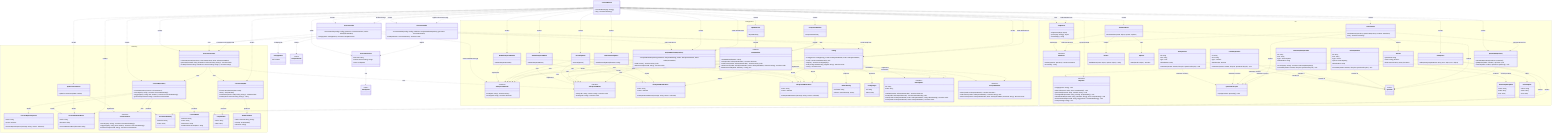
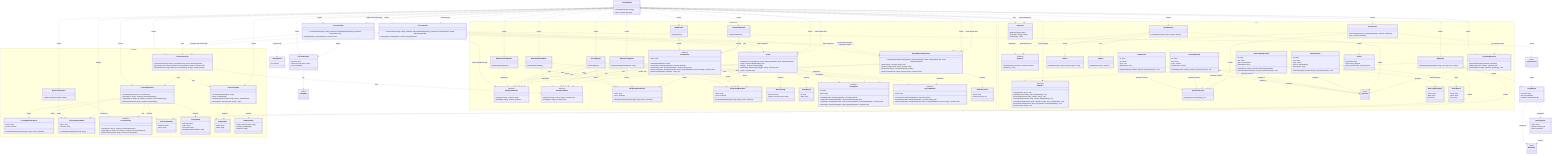
classDiagram
  direction TB

  class LicenseWizard {
    +LicenseWizard(args: string[])
    +run() Promise~Answer[]~
  }

  class LicenseInstaller {
    +LicenseInstaller(config: Config, manifests: ProjectManifestRepository, generator: LicenseGenerator)
    +install(selection: LicenseSelection) Promise~void~
  }

  class LicenseVerifier {
-     +LicenseVerifier(config: Config, generator: LicenseGenerator, reader: IFileSystemReader)
+     +LicenseVerifier(config: Config, manifests: ProjectManifestRepository, generator: LicenseGenerator, reader: IFileSystemReader)
    +verify(options: VerifyOptions) Promise~VerifyOutcome~
  }

  class LicenseSelection {
    +licenseId: string
    +tokens: Record~string, string~
    +save: ConfigSave
  }

  class ConfigSave {
    <<union>>
  }

  class VerifyOptions {
    +fix: boolean
  }

  class VerifyOutcome {
+     <<union>>
+   }
+ 
+   class VerifyReport {
+     +licenseId: string
+     +license: DriftStatus
+     +manifests: ManifestCheck[]
+   }
+ 
+   class ManifestCheck {
+     +name: string
+     +declared: string | null
+     +status: DriftStatus
+   }
+ 
+   class DriftStatus {
    <<union>>
  }

  namespace CLI {
    class FlagParser {
      +FlagParser(flags: object)
      +parse(args: string[]) object
      +formatHelp() string
    }

    class Orchestrator {
      +Orchestrator(repository: QuestionRepository, renderer: IRenderer)
      +run() Promise~Answer[]~
    }

    class IRenderer {
      <<interface>>
      +render(question: Question) Promise~Answer~
      +onCancel() string
    }

    class ClackRenderer {
      +ClackRenderer(meta: object, spinner: Spinner)
    }

    class IReporter {
      <<interface>>
      +usage(options: string) void
      +tokens(licenseId: string, slots: TemplateSlot[]) void
      +generated(licenseId: string, savedTo: string) void
      +missingFields(licenseId: string, missing: TemplateSlot[]) void
      +unknownFields(licenseId: string, unknown: string[], slots: TemplateSlot[]) void
      +licenseNotFound(licenseId: string, suggestions: LicenseIndexEntry[]) void
      +error(message: string) void
    }

    class CliReporter {
      +CliReporter(programName: string, out?: object, err?: object)
    }

    class Banner {
      +buildBanner(meta: object, options: object) string
    }

    class Spinner {
      +start(handle: object) Function
    }

    class QuestionRepository {
      +QuestionRepository(questions: Question[])
      +getByIndex(index: number) Question | null
      +insertAt(index: number, questions: Question[]) void
    }

    class QuestionLifecycle {
      +inject(questions: Question[]) void
    }

    class Question {
      <<union>>
    }

    class TextQuestion {
      +id: string
      +text: string
      +type: "text"
      +defaultValue: string
      +onAnswer(answer: Answer, lifecycle: QuestionLifecycle) void
    }

    class ConfirmQuestion {
      +id: string
      +text: string
      +type: "confirm"
      +defaultValue: boolean
      +onAnswer(answer: Answer, lifecycle: QuestionLifecycle) void
    }

    class AutocompleteQuestion {
      +id: string
      +text: string
      +type: "autocomplete"
      +defaultValue: string
      +search(query: string) Promise~AutocompleteOption[]~
      +onAnswer(answer: Answer, lifecycle: QuestionLifecycle) void
    }

    class AutocompleteOption {
      +value: string
      +label: string
      +hint: string
    }

    class SelectQuestion {
      +id: string
      +text: string
      +type: "select"
      +options: SelectOption[]
      +defaultValue: string
      +onAnswer(answer: Answer, lifecycle: QuestionLifecycle) void
    }

    class SelectOption {
      +value: string
      +label: string
      +hint: string
    }

    class Answer {
      +questionId: string
      +value: string | boolean
      +fields: Record~string, string | boolean~
    }
  }

  namespace Licensing {
    class LicenseRepository {
      +LicenseRepository(source: ILicenseSource)
      +search(query: string) Promise~LicenseIndexEntry[]~
      +suggest(query: string, limit: number) Promise~LicenseIndexEntry[]~
      +getLicense(licenseId: string) Promise~LicenseDetail~
    }

    class LicenseRepositoryError {
      +name: string
      +cause: unknown
      +LicenseRepositoryError(message: string, cause?: unknown)
    }

    class LicenseNotFoundError {
      +name: string
      +licenseId: string
      +LicenseNotFoundError(licenseId: string)
    }

    class ILicenseSource {
      <<interface>>
      +search(query: string) Promise~LicenseIndexEntry[]~
      +suggest(query: string, limit: number) Promise~LicenseIndexEntry[]~
      +fetchLicense(licenseId: string) Promise~LicenseDetail~
    }

    class SpdxLicenseSource {
      +SpdxLicenseSource(ttlMs: number)
    }

    class LicenseIndexEntry {
      +licenseId: string
      +name: string
    }

    class LicenseDetail {
      +licenseId: string
      +name: string
      +licenseText: string
      +standardLicenseTemplate?: string
    }

    class LicenseTemplate {
      +LicenseTemplate(template: string)
      +slots() TemplateSlot[]
      +resolveSlots(entries: Map~string, string~) SlotResolution
      +render(values: Record~string, string~) string
    }

    class TemplateSlot {
      +token: string
      +label: string
    }

    class SlotResolution {
      +values: Record~string, string~
      +missing: TemplateSlot[]
      +unknown: string[]
    }

    class LicenseGenerator {
      +LicenseGenerator(repository: LicenseRepository, writer: IFileSystemWriter)
      +generate(licenseId: string, slotValues?: Record~string, string~) Promise~void~
      +render(licenseId: string, slotValues?: Record~string, string~) Promise~string~
    }
  }

  namespace Configuration {
    class IFileSystemReader {
      <<interface>>
      +read(path: string) Promise~string~
      +exists(path: string) Promise~boolean~
    }

    class IFileSystemWriter {
      <<interface>>
      +write(path: string, content: string) Promise~void~
      +delete(path: string) Promise~void~
    }

    class NodeFileSystemReader {
      +NodeFileSystemReader()
    }

    class NodeFileSystemWriter {
      +NodeFileSystemWriter()
    }

    class FileSystemReaderError {
      +name: string
      +cause: unknown
      +FileSystemReaderError(message: string, cause?: unknown)
    }

    class FileSystemWriterError {
      +name: string
      +cause: unknown
      +FileSystemWriterError(message: string, cause?: unknown)
    }

    class WizardConfig {
      +licenseId: string
      +tokens?: Record~string, string~
    }

    class ConfigTarget {
      +id: string
      +label: string
    }

    class IConfigStore {
      <<interface>>
      +id: string
      +label: string
      +available(reader: IFileSystemReader) Promise~boolean~
      +read(reader: IFileSystemReader) Promise~WizardConfig | null~
      +write(reader: IFileSystemReader, writer: IFileSystemWriter, config: WizardConfig) Promise~void~
      +clear(reader: IFileSystemReader, writer: IFileSystemWriter) Promise~void~
    }

    class RcConfigStore {
      +RcConfigStore()
    }

    class ManifestConfigStore {
      +ManifestConfigStore(fileName: string)
    }

    class Config {
      +Config(stores: IConfigStore[], reader: IFileSystemReader, writer: IFileSystemWriter)
      +read() Promise~WizardConfig | null~
      +targets() Promise~ConfigTarget[]~
      +write(config: WizardConfig, targetId: string) Promise~void~
      +clear() Promise~void~
    }

    class IProjectManifest {
      <<interface>>
+       +name: string
      +exists(reader: IFileSystemReader) Promise~boolean~
      +readLicense(reader: IFileSystemReader) Promise~string | null~
      +writeLicense(reader: IFileSystemReader, writer: IFileSystemWriter, licenseId: string) Promise~void~
    }

    class JsonManifest {
      <<abstract>>
      +JsonManifest(fileName: string)
+       +name: string
      +exists(reader: IFileSystemReader) Promise~boolean~
      +readLicense(reader: IFileSystemReader) Promise~string | null~
      +writeLicense(reader: IFileSystemReader, writer: IFileSystemWriter, licenseId: string) Promise~void~
      #extractLicenseId(value: unknown)* string | null
    }

    class NpmManifest {
      +NpmManifest()
    }

    class ComposerManifest {
      +ComposerManifest()
    }

    class ProjectManifestRepository {
      +ProjectManifestRepository(manifests: IProjectManifest[], reader: IFileSystemReader, writer: IFileSystemWriter)
      +readLicense() Promise~string | null~
      +writeLicense(licenseId: string) Promise~void~
+       +declaredLicenses() Promise~ManifestLicense[]~
+       +writeLicenseTo(name: string, licenseId: string) Promise~void~
+     }
+ 
+     class ManifestLicense {
+       +name: string
+       +licenseId: string | null
    }
  }

  TextQuestion ..|> Question : member of
  ConfirmQuestion ..|> Question : member of
  AutocompleteQuestion ..|> Question : member of
  SelectQuestion ..|> Question : member of
  TextQuestion ..> QuestionLifecycle : onAnswer receives
  ConfirmQuestion ..> QuestionLifecycle : onAnswer receives
  AutocompleteQuestion ..> QuestionLifecycle : onAnswer receives
  SelectQuestion ..> QuestionLifecycle : onAnswer receives
  SelectQuestion ..> SelectOption : offers
  Orchestrator ..> QuestionLifecycle : creates
  ClackRenderer ..|> IRenderer : implements
  ClackRenderer ..> Spinner : uses
  ClackRenderer ..> Banner : renders
  CliReporter ..|> IReporter : implements
  CliReporter ..> TemplateSlot : renders
+   CliReporter ..> VerifyReport : renders
  LicenseWizard ..> FlagParser : uses
  LicenseWizard ..> FlagParser : reads defaults from
  LicenseWizard ..> QuestionRepository : creates
  LicenseWizard ..> ClackRenderer : creates
  LicenseWizard ..> CliReporter : creates
  LicenseWizard ..> IReporter : reports through
  LicenseWizard ..> Orchestrator : creates
  LicenseWizard ..> SpdxLicenseSource : creates
  LicenseWizard ..> LicenseRepository : creates
  LicenseWizard ..> LicenseGenerator : creates
  LicenseWizard ..> LicenseInstaller : creates
  LicenseWizard ..> LicenseInstaller : applies selection through
  LicenseWizard ..> LicenseSelection : builds
  LicenseWizard ..> LicenseVerifier : creates
  LicenseWizard ..> LicenseVerifier : verifies through
  LicenseInstaller ..> Config : uses
  LicenseInstaller ..> ProjectManifestRepository : writes selection to
  LicenseInstaller ..> LicenseGenerator : uses
  LicenseInstaller ..> LicenseSelection : applies
  LicenseVerifier ..> Config : reads config from
+   LicenseVerifier ..> ProjectManifestRepository : checks and reconciles manifests through
  LicenseVerifier ..> LicenseGenerator : re-renders and rewrites with
  LicenseVerifier ..> IFileSystemReader : reads LICENSE through
  LicenseVerifier ..> VerifyOptions : configured by
  LicenseVerifier ..> VerifyOutcome : returns
+   VerifyOutcome ..> VerifyReport : carries
+   VerifyReport ..> ManifestCheck : aggregates
+   VerifyReport ..> DriftStatus : statuses by
+   ManifestCheck ..> DriftStatus : status by
+   ProjectManifestRepository ..> ManifestLicense : produces
  LicenseSelection ..> ConfigSave : has
  Orchestrator ..> QuestionRepository : gets questions from
  Orchestrator ..> IRenderer : feeds questions to
  ClackRenderer ..> Question : renders
  QuestionRepository ..> Question : produces
  AutocompleteQuestion ..> AutocompleteOption : search produces
  Orchestrator ..> Answer : collects
  SpdxLicenseSource ..|> ILicenseSource : implements
  LicenseRepository ..> ILicenseSource : uses
  LicenseRepository ..> LicenseIndexEntry : produces
  LicenseRepository ..> LicenseDetail : produces
  LicenseRepository ..> LicenseRepositoryError : throws
  LicenseRepository ..> LicenseNotFoundError : throws
  SpdxLicenseSource ..> LicenseNotFoundError : throws
  LicenseWizard ..> LicenseNotFoundError : handles
  CliReporter ..> LicenseIndexEntry : renders
  LicenseGenerator ..> LicenseRepository : uses
  LicenseGenerator ..> IFileSystemWriter : uses
  LicenseGenerator ..> LicenseTemplate : uses
  LicenseTemplate ..> TemplateSlot : produces
  LicenseTemplate ..> SlotResolution : produces
  LicenseWizard ..> LicenseTemplate : creates
  NodeFileSystemReader ..|> IFileSystemReader : implements
  NodeFileSystemWriter ..|> IFileSystemWriter : implements
  NodeFileSystemReader ..> FileSystemReaderError : throws
  NodeFileSystemWriter ..> FileSystemWriterError : throws
  Config ..> IConfigStore : coordinates
  Config ..> IFileSystemReader : uses
  Config ..> IFileSystemWriter : uses
  Config ..> WizardConfig : produces
  Config ..> ConfigTarget : produces
  Config ..> FileSystemWriterError : throws
  RcConfigStore ..|> IConfigStore : implements
  ManifestConfigStore ..|> IConfigStore : implements
  RcConfigStore ..> IFileSystemReader : uses
  RcConfigStore ..> IFileSystemWriter : uses
  RcConfigStore ..> FileSystemReaderError : throws
  RcConfigStore ..> FileSystemWriterError : throws
  ManifestConfigStore ..> IFileSystemReader : uses
  ManifestConfigStore ..> IFileSystemWriter : uses
  ManifestConfigStore ..> FileSystemReaderError : throws
  ManifestConfigStore ..> FileSystemWriterError : throws
  JsonManifest ..|> IProjectManifest : implements
  NpmManifest --|> JsonManifest : extends
  ComposerManifest --|> JsonManifest : extends
  JsonManifest ..> IFileSystemReader : uses
  JsonManifest ..> IFileSystemWriter : uses
  JsonManifest ..> FileSystemReaderError : throws
  JsonManifest ..> FileSystemWriterError : throws
  ProjectManifestRepository ..> IProjectManifest : coordinates
  ProjectManifestRepository ..> IFileSystemReader : uses
  ProjectManifestRepository ..> IFileSystemWriter : uses
  LicenseWizard ..> NodeFileSystemReader : creates
  LicenseWizard ..> NodeFileSystemWriter : creates
  LicenseWizard ..> Config : creates
  LicenseWizard ..> Config : reads defaults from
  LicenseWizard ..> RcConfigStore : creates
  LicenseWizard ..> ManifestConfigStore : creates
  LicenseWizard ..> NpmManifest : creates
  LicenseWizard ..> ComposerManifest : creates
  LicenseWizard ..> ProjectManifestRepository : creates
  LicenseWizard ..> ProjectManifestRepository : reads defaults from
